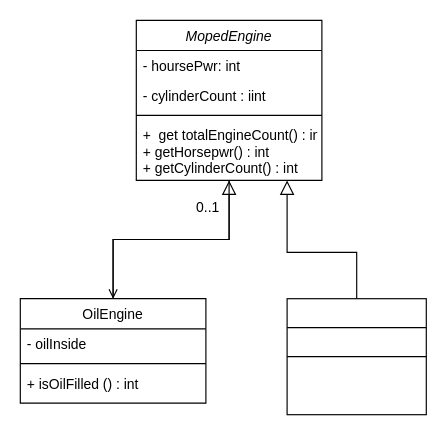
This is Namnlöst diagram.drawio from madlo5/madlo5, a draw.io file, before an edit. Source tidied: cells renumbered, new cells numbered last; positions are measured from the earlier drawing's top-left corner, leaving out a move shared by most shapes. Both pictures are drawn from the tidied source at 116%, with x=0, y=0 at pixel (20, 20).
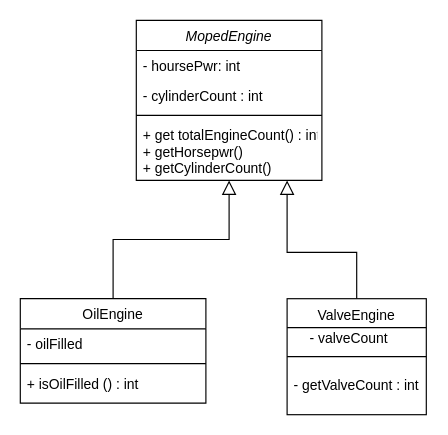
After the change.

Unchanged cells that the change refers to:
```xml
<mxCell id="2" value="MopedEngine" style="swimlane;fontStyle=2;align=center;verticalAlign=top;horizontal=1;startSize=26;rounded=0;shadow=0;strokeWidth=1;" parent="1" vertex="1">
  <mxGeometry x="100" width="160" height="138" as="geometry" />
</mxCell>
<mxCell id="9" value="OilEngine" style="swimlane;fontStyle=0;align=center;verticalAlign=top;horizontal=1;startSize=26;rounded=0;shadow=0;strokeWidth=1;" parent="1" vertex="1">
  <mxGeometry y="240" width="160" height="90" as="geometry" />
</mxCell>
```

The edit, as a diff of the source:
```diff
@@
-    <mxCell id="4" value="- cylinderCount : iint" style="text;align=left;verticalAlign=top;spacingLeft=4;spacingRight=4;overflow=hidden;rounded=0;shadow=0;html=0;" parent="2" vertex="1">
+    <mxCell id="4" value="- cylinderCount : int" style="text;align=left;verticalAlign=top;spacingLeft=4;spacingRight=4;overflow=hidden;rounded=0;shadow=0;html=0;" parent="2" vertex="1">
       <mxGeometry y="52" width="160" height="26" as="geometry" />
     </mxCell>
@@
-    <mxCell id="6" value="+  get totalEngineCount() : int&#10;+ getHorsepwr() : int&#10;+ getCylinderCount() : int" style="text;align=left;verticalAlign=top;spacingLeft=4;spacingRight=4;overflow=hidden;" parent="2" vertex="1">
+    <mxCell id="6" value="+ get totalEngineCount() : int&#10;+ getHorsepwr() &#10;+ getCylinderCount() " style="text;align=left;verticalAlign=top;spacingLeft=4;spacingRight=4;overflow=hidden;" parent="2" vertex="1">
       <mxGeometry y="86" width="160" height="44" as="geometry" />
     </mxCell>
@@
-    <mxCell id="10" value="- oilInside" style="text;align=left;verticalAlign=top;spacingLeft=4;spacingRight=4;overflow=hidden;" parent="9" vertex="1">
+    <mxCell id="10" value="- oilFilled" style="text;align=left;verticalAlign=top;spacingLeft=4;spacingRight=4;overflow=hidden;" parent="9" vertex="1">
       <mxGeometry y="26" width="160" height="26" as="geometry" />
     </mxCell>
@@
-    <mxCell id="13" style="endArrow=open;shadow=0;strokeWidth=1;rounded=0;endFill=1;edgeStyle=elbowEdgeStyle;elbow=vertical;" parent="1" edge="1" source="2" target="9">
-      <mxGeometry x="0.5" y="41" relative="1" as="geometry">
-        <mxPoint x="-40" y="32" as="offset" />
-      </mxGeometry>
-    </mxCell>
-    <mxCell id="14" value="0..1" style="align=left;verticalAlign=bottom;labelBackgroundColor=none;fontSize=12;" parent="13" vertex="1">
-      <mxGeometry x="-1" relative="1" as="geometry">
-        <mxPoint x="-30" y="32" as="offset" />
-      </mxGeometry>
-    </mxCell>
@@
+    <mxCell id="18" value="ValveEngine" style="text;html=1;strokeColor=none;fillColor=none;align=center;verticalAlign=middle;whiteSpace=wrap;rounded=0;" parent="1" vertex="1">
+      <mxGeometry x="260" y="240" width="60" height="30" as="geometry" />
+    </mxCell>
+    <mxCell id="19" value="- valveCount" style="text;html=1;strokeColor=none;fillColor=none;align=center;verticalAlign=middle;whiteSpace=wrap;rounded=0;" parent="1" vertex="1">
+      <mxGeometry x="235" y="260" width="97" height="30" as="geometry" />
+    </mxCell>
+    <mxCell id="20" value="- getValveCount : int" style="text;html=1;strokeColor=none;fillColor=none;align=center;verticalAlign=middle;whiteSpace=wrap;rounded=0;" parent="1" vertex="1">
+      <mxGeometry x="235" y="300" width="110" height="30" as="geometry" />
+    </mxCell>
```
